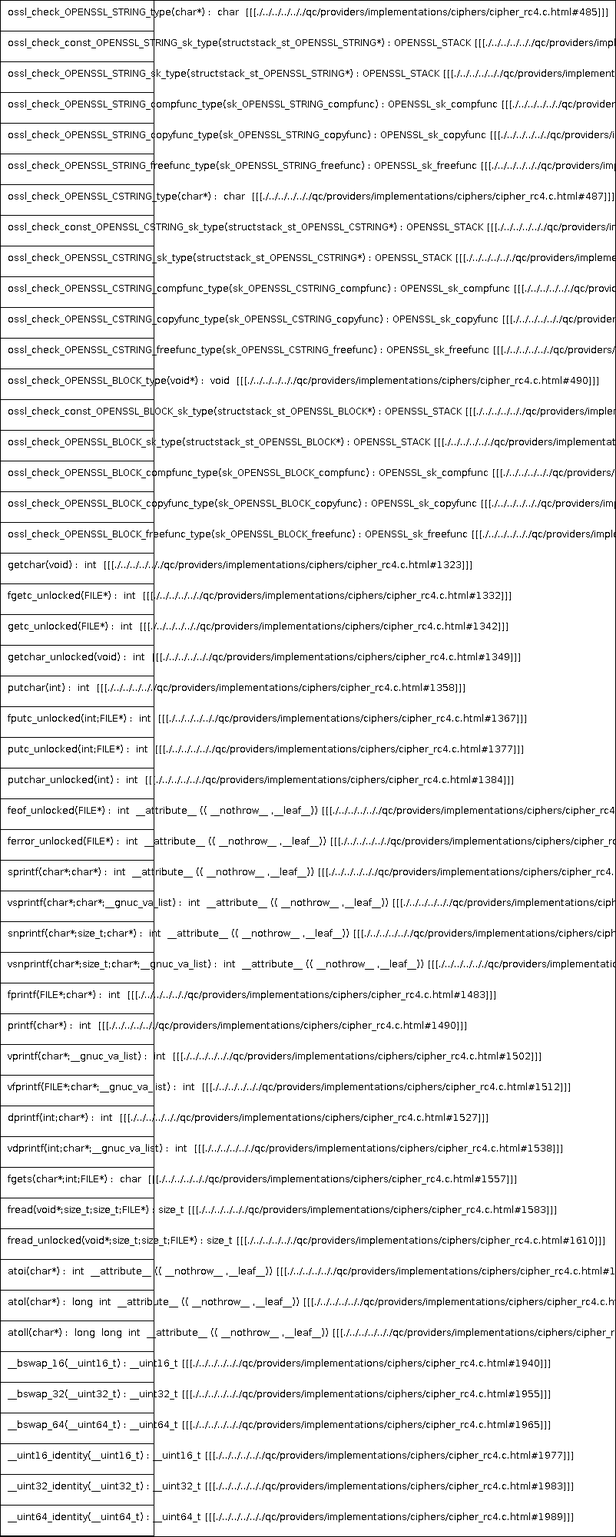
Before: docs/qc/providers/implementations/ciphers/cipher_rc4.c.png, a diagram exported from PlantUML (qualitesys/openssl). Its source is kept beside it as docs/qc/providers/implementations/ciphers/cipher_rc4.c.puml.
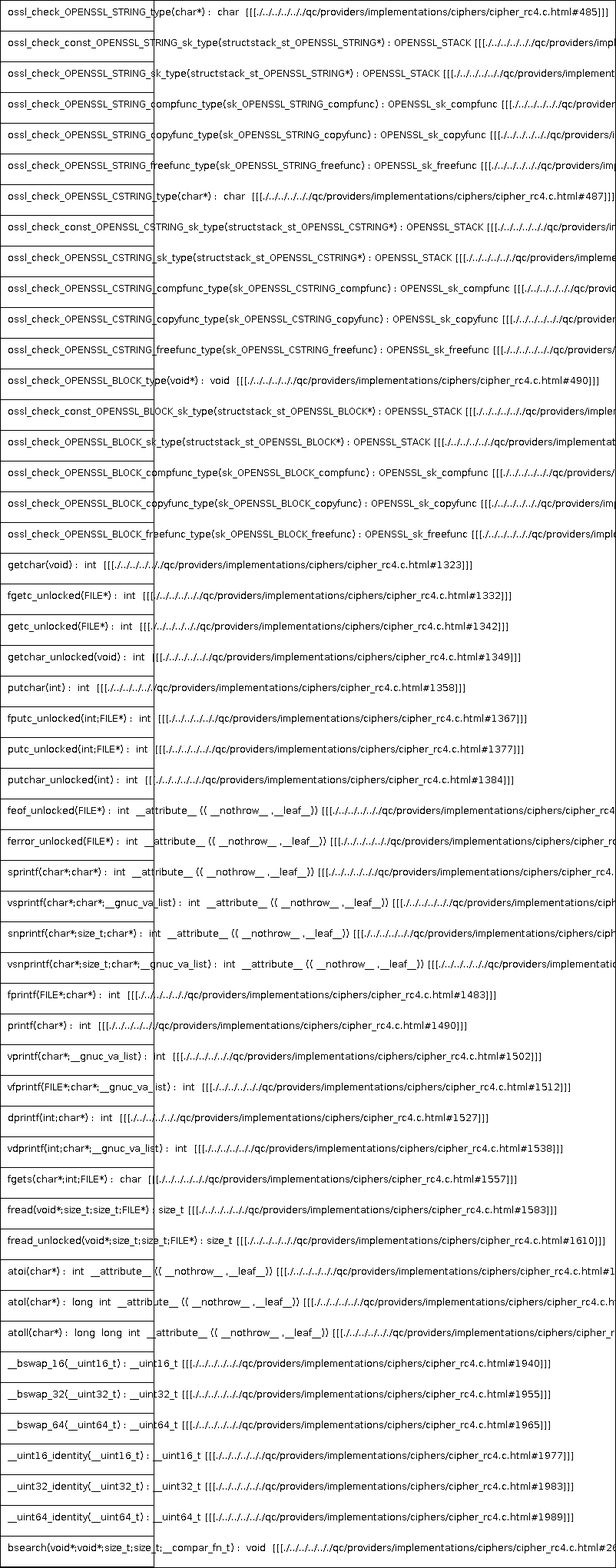
Above is the later version.

What changed in the source:
```diff
@@ -51,5 +51,6 @@
 __uint16_identity(__uint16_t) : __uint16_t [[[./../../../.././qc/providers/implementations/ciphers/cipher_rc4.c.html#1977]]]
 __uint32_identity(__uint32_t) : __uint32_t [[[./../../../.././qc/providers/implementations/ciphers/cipher_rc4.c.html#1983]]]
 __uint64_identity(__uint64_t) : __uint64_t [[[./../../../.././qc/providers/implementations/ciphers/cipher_rc4.c.html#1989]]]
+bsearch(void*;void*;size_t;size_t;__compar_fn_t) :  void  [[[./../../../.././qc/providers/implementations/ciphers/cipher_rc4.c.html#2657]]]
 }
 @enduml
```
